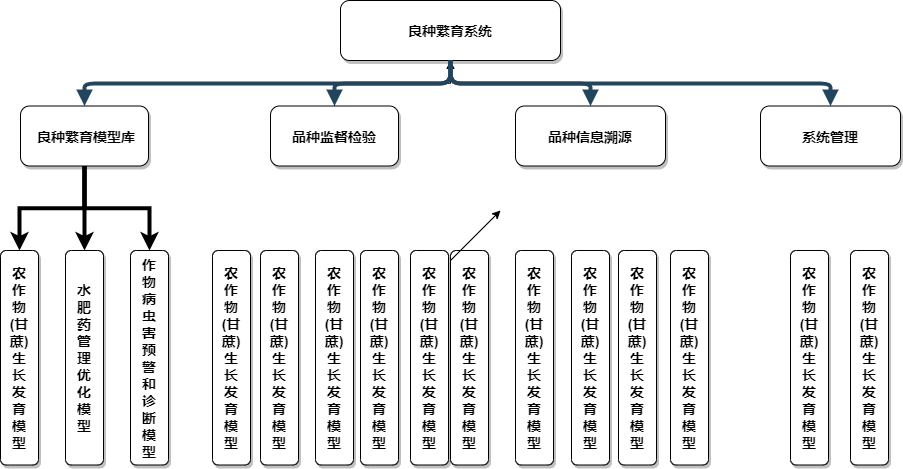
Earlier version of the draw.io export Untitled Diagram.png (kevinchen008/dragon). Source tidied: cells renumbered, new cells last; positions are measured from the earlier drawing's top-left corner, leaving out a move shared by most shapes.
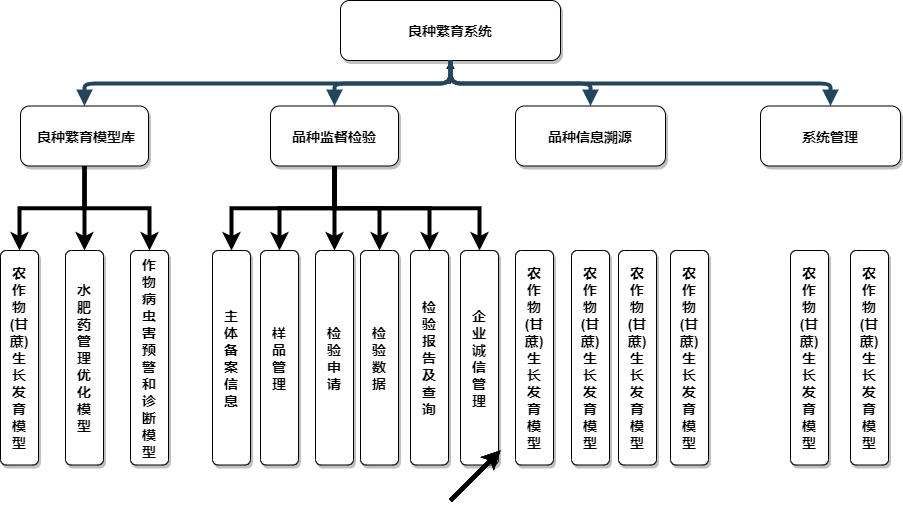
Above is the later version.

Diff of the diagram source:
```diff
@@ -20,6 +20,24 @@
     <mxCell id="7" style="edgeStyle=orthogonalEdgeStyle;rounded=0;jettySize=auto;html=1;fontFamily=Helvetica;" parent="1" edge="1" source="8" target="2">
       <mxGeometry relative="1" as="geometry" />
     </mxCell>
+    <mxCell id="31" style="edgeStyle=orthogonalEdgeStyle;rounded=0;jettySize=auto;html=1;strokeWidth=4;fontFamily=Helvetica;" parent="1" edge="1" source="8" target="21">
+      <mxGeometry relative="1" as="geometry" />
+    </mxCell>
+    <mxCell id="32" style="edgeStyle=orthogonalEdgeStyle;rounded=0;jettySize=auto;html=1;exitX=0.5;exitY=1;exitDx=0;exitDy=0;entryX=0.5;entryY=0;entryDx=0;entryDy=0;strokeWidth=4;fontFamily=Helvetica;" parent="1" edge="1" source="8" target="19">
+      <mxGeometry relative="1" as="geometry" />
+    </mxCell>
+    <mxCell id="33" style="edgeStyle=orthogonalEdgeStyle;rounded=0;jettySize=auto;html=1;exitX=0.5;exitY=1;exitDx=0;exitDy=0;entryX=0.5;entryY=0;entryDx=0;entryDy=0;strokeWidth=4;fontFamily=Helvetica;" parent="1" edge="1" source="8" target="18">
+      <mxGeometry relative="1" as="geometry" />
+    </mxCell>
+    <mxCell id="34" style="edgeStyle=orthogonalEdgeStyle;rounded=0;jettySize=auto;html=1;exitX=0.5;exitY=1;exitDx=0;exitDy=0;entryX=0.5;entryY=0;entryDx=0;entryDy=0;strokeWidth=4;fontFamily=Helvetica;" parent="1" edge="1" source="8" target="20">
+      <mxGeometry relative="1" as="geometry" />
+    </mxCell>
+    <mxCell id="35" style="edgeStyle=orthogonalEdgeStyle;rounded=0;jettySize=auto;html=1;exitX=0.5;exitY=1;exitDx=0;exitDy=0;strokeWidth=4;fontFamily=Helvetica;" parent="1" edge="1" source="8" target="22">
+      <mxGeometry relative="1" as="geometry" />
+    </mxCell>
+    <mxCell id="36" style="edgeStyle=orthogonalEdgeStyle;rounded=0;jettySize=auto;html=1;exitX=0.5;exitY=1;exitDx=0;exitDy=0;entryX=0.5;entryY=0;entryDx=0;entryDy=0;strokeWidth=4;fontFamily=Helvetica;" parent="1" edge="1" source="8" target="23">
+      <mxGeometry relative="1" as="geometry" />
+    </mxCell>
     <mxCell id="8" value="品种监督检验" style="rounded=1;shadow=1;fontStyle=1;fontSize=14;" parent="1" vertex="1">
       <mxGeometry x="270" y="105.5" width="128" height="60" as="geometry" />
     </mxCell>
@@ -50,23 +68,23 @@
     <mxCell id="17" value="作&#10;物&#10;病&#10;虫&#10;害&#10;预&#10;警&#10;和&#10;诊&#10;断&#10;模&#10;型" style="rounded=1;shadow=1;fontStyle=1;fontSize=14;" parent="1" vertex="1">
       <mxGeometry x="130" y="250" width="38" height="214.5" as="geometry" />
     </mxCell>
-    <mxCell id="18" value="农&#10;作&#10;物&#10;(甘&#10;蔗)&#10;生&#10;长&#10;发&#10;育&#10;模&#10;型" style="rounded=1;shadow=1;fontStyle=1;fontSize=14;" parent="1" vertex="1">
+    <mxCell id="18" value="样&#10;品&#10;管&#10;理" style="rounded=1;shadow=1;fontStyle=1;fontSize=14;" parent="1" vertex="1">
       <mxGeometry x="260" y="250" width="38" height="214.5" as="geometry" />
     </mxCell>
-    <mxCell id="19" value="农&#10;作&#10;物&#10;(甘&#10;蔗)&#10;生&#10;长&#10;发&#10;育&#10;模&#10;型" style="rounded=1;shadow=1;fontStyle=1;fontSize=14;" parent="1" vertex="1">
+    <mxCell id="19" value="主&#10;体&#10;备&#10;案&#10;信&#10;息" style="rounded=1;shadow=1;fontStyle=1;fontSize=14;" parent="1" vertex="1">
       <mxGeometry x="212" y="250" width="38" height="214.5" as="geometry" />
     </mxCell>
-    <mxCell id="20" value="农&#10;作&#10;物&#10;(甘&#10;蔗)&#10;生&#10;长&#10;发&#10;育&#10;模&#10;型" style="rounded=1;shadow=1;fontStyle=1;fontSize=14;" parent="1" vertex="1">
+    <mxCell id="20" value="检&#10;验&#10;申&#10;请" style="rounded=1;shadow=1;fontStyle=1;fontSize=14;" parent="1" vertex="1">
       <mxGeometry x="315" y="250" width="38" height="214.5" as="geometry" />
     </mxCell>
-    <mxCell id="21" value="农&#10;作&#10;物&#10;(甘&#10;蔗)&#10;生&#10;长&#10;发&#10;育&#10;模&#10;型" style="rounded=1;shadow=1;fontStyle=1;fontSize=14;" parent="1" vertex="1">
+    <mxCell id="21" value="检&#10;验&#10;数&#10;据" style="rounded=1;shadow=1;fontStyle=1;fontSize=14;" parent="1" vertex="1">
       <mxGeometry x="360" y="250" width="38" height="214.5" as="geometry" />
     </mxCell>
-    <mxCell id="22" value="农&#10;作&#10;物&#10;(甘&#10;蔗)&#10;生&#10;长&#10;发&#10;育&#10;模&#10;型" style="rounded=1;shadow=1;fontStyle=1;fontSize=14;" parent="1" vertex="1">
+    <mxCell id="22" value="检&#10;验&#10;报&#10;告&#10;及&#10;查&#10;询" style="rounded=1;shadow=1;fontStyle=1;fontSize=14;" parent="1" vertex="1">
       <mxGeometry x="410" y="250" width="38" height="214.5" as="geometry" />
     </mxCell>
-    <mxCell id="23" value="农&#10;作&#10;物&#10;(甘&#10;蔗)&#10;生&#10;长&#10;发&#10;育&#10;模&#10;型" style="rounded=1;shadow=1;fontStyle=1;fontSize=14;" parent="1" vertex="1">
-      <mxGeometry x="450" y="250" width="38" height="214.5" as="geometry" />
+    <mxCell id="23" value="企&#10;业&#10;诚&#10;信&#10;管&#10;理" style="rounded=1;shadow=1;fontStyle=1;fontSize=14;" parent="1" vertex="1">
+      <mxGeometry x="460" y="250" width="38" height="214.5" as="geometry" />
     </mxCell>
     <mxCell id="24" value="农&#10;作&#10;物&#10;(甘&#10;蔗)&#10;生&#10;长&#10;发&#10;育&#10;模&#10;型" style="rounded=1;shadow=1;fontStyle=1;fontSize=14;" parent="1" vertex="1">
       <mxGeometry x="515" y="250" width="38" height="214.5" as="geometry" />
@@ -86,11 +104,35 @@
     <mxCell id="29" value="农&#10;作&#10;物&#10;(甘&#10;蔗)&#10;生&#10;长&#10;发&#10;育&#10;模&#10;型" style="rounded=1;shadow=1;fontStyle=1;fontSize=14;" parent="1" vertex="1">
       <mxGeometry x="850" y="250" width="38" height="214.5" as="geometry" />
     </mxCell>
-    <mxCell id="30" style="endArrow=classic;html=1;fontFamily=Helvetica;" parent="1" edge="1">
-      <mxGeometry relative="1" as="geometry">
-        <mxPoint x="450" y="260" as="sourcePoint" />
-        <mxPoint x="500" y="210" as="targetPoint" />
-      </mxGeometry>
-    </mxCell>
+    <mxCell id="37" style="endArrow=classic;html=1;strokeWidth=4;fontFamily=Helvetica;" parent="1" edge="1">
+      <mxGeometry relative="1" as="geometry">
+        <mxPoint x="450" y="500" as="sourcePoint" />
+        <mxPoint x="500" y="450" as="targetPoint" />
+      </mxGeometry>
+    </mxCell>
+    <mxCell id="38" style="endArrow=classic;html=1;strokeWidth=4;fontFamily=Helvetica;" parent="1" edge="1">
+      <mxGeometry relative="1" as="geometry">
+        <mxPoint x="450" y="500" as="sourcePoint" />
+        <mxPoint x="500" y="450" as="targetPoint" />
+      </mxGeometry>
+    </mxCell>
+    <mxCell id="39" style="endArrow=classic;html=1;strokeWidth=4;fontFamily=Helvetica;" parent="1" edge="1">
+      <mxGeometry relative="1" as="geometry">
+        <mxPoint x="450" y="500" as="sourcePoint" />
+        <mxPoint x="500" y="450" as="targetPoint" />
+      </mxGeometry>
+    </mxCell>
+    <mxCell id="40" style="endArrow=classic;html=1;strokeWidth=4;fontFamily=Helvetica;" parent="1" edge="1">
+      <mxGeometry relative="1" as="geometry">
+        <mxPoint x="450" y="500" as="sourcePoint" />
+        <mxPoint x="500" y="450" as="targetPoint" />
+      </mxGeometry>
+    </mxCell>
+    <mxCell id="41" style="endArrow=classic;html=1;strokeWidth=4;fontFamily=Helvetica;" parent="1" edge="1">
+      <mxGeometry relative="1" as="geometry">
+        <mxPoint x="450" y="500" as="sourcePoint" />
+        <mxPoint x="500" y="450" as="targetPoint" />
+      </mxGeometry>
+    </mxCell>
   </root>
 </mxGraphModel>
```
